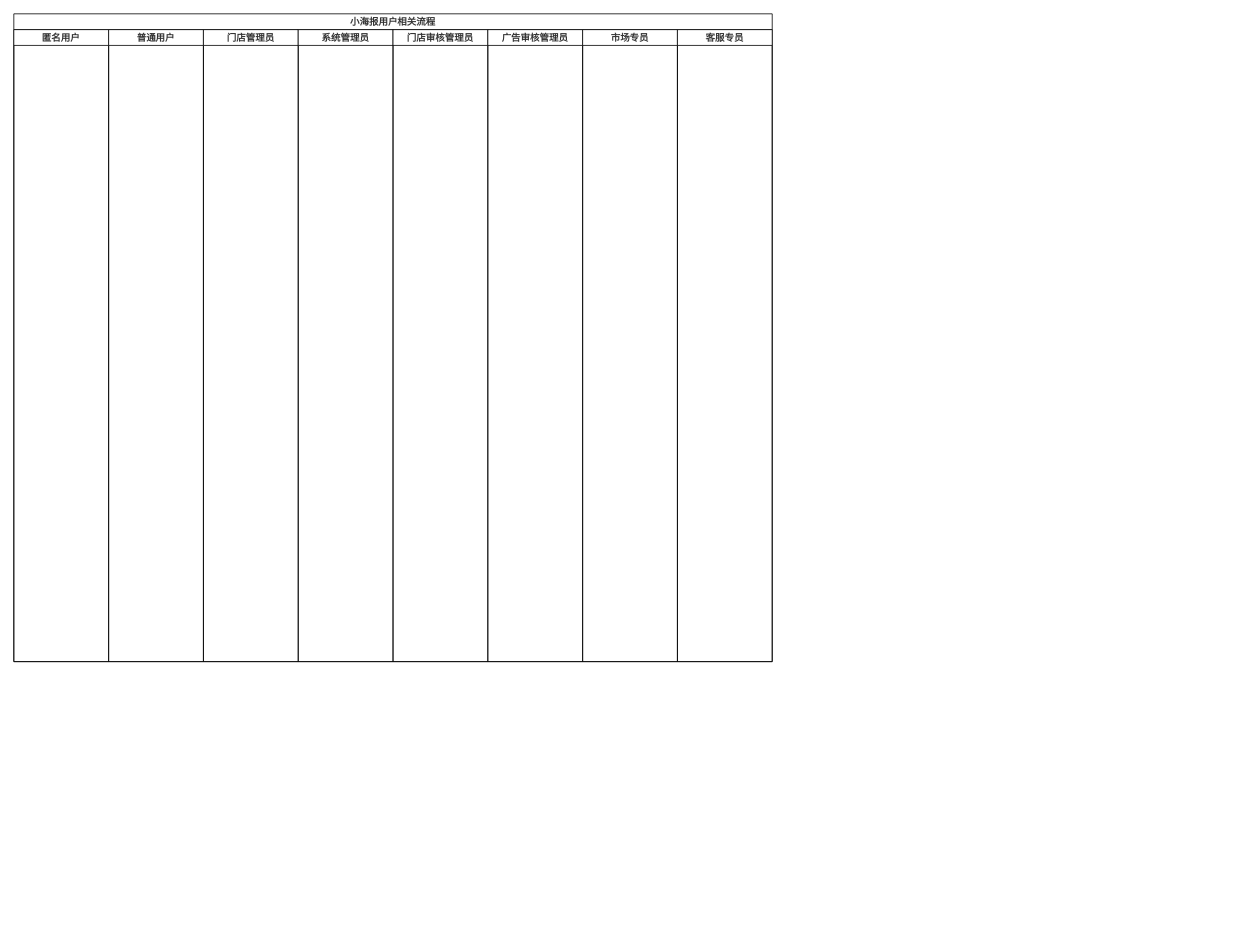
Before: src/assets/workflow/xhb-user.drawio in biaogebusy/web-builder, a draw.io diagram. Source tidied: cells renumbered, new cells numbered last; positions are measured from the earlier drawing's top-left corner, leaving out a move shared by most shapes. Both pictures are drawn from the tidied source at 79%, with x=0, y=0 at pixel (13, 13).
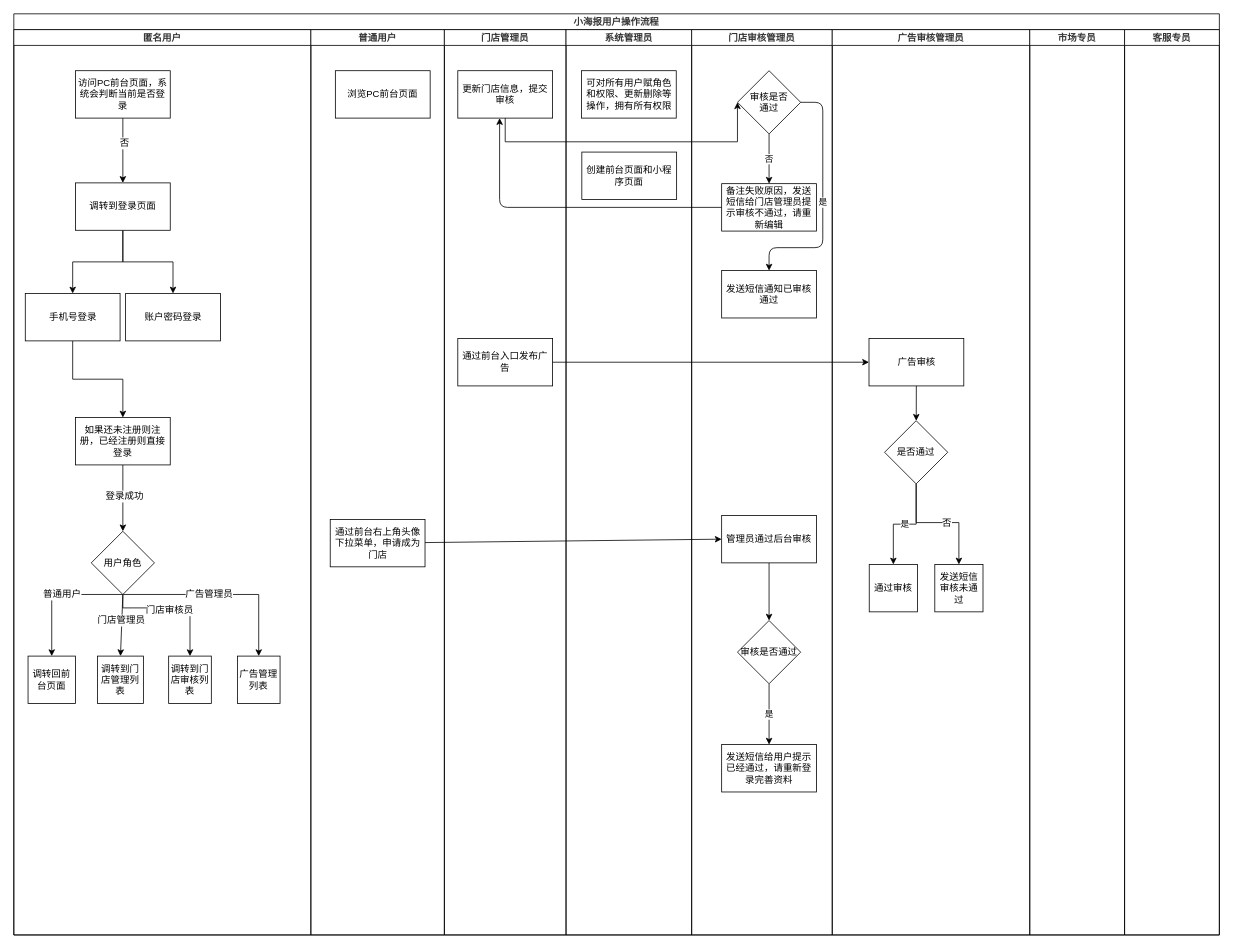
The same diagram, later.

Diff of the diagram source:
```diff
@@
-    <mxCell id="2" value="小海报用户相关流程" style="swimlane;startSize=20;fillColor=#FFFFFF;fontColor=#333333;" parent="1" vertex="1">
-      <mxGeometry width="960" height="820" as="geometry" />
+    <mxCell id="2" value="小海报用户操作流程" style="swimlane;startSize=20;fillColor=#FFFFFF;fontColor=#333333;" parent="1" vertex="1">
+      <mxGeometry width="1526" height="1166" as="geometry" />
     </mxCell>
     <mxCell id="3" value="匿名用户" style="swimlane;startSize=20;fillColor=#FFFFFF;fontColor=#333333;" parent="2" vertex="1">
-      <mxGeometry y="20" width="120" height="800" as="geometry" />
+      <mxGeometry y="20" width="376" height="1146" as="geometry" />
     </mxCell>
+    <mxCell id="11" style="edgeStyle=orthogonalEdgeStyle;rounded=0;jettySize=auto;html=1;" parent="3" edge="1" source="13" target="16">
+      <mxGeometry relative="1" as="geometry" />
+    </mxCell>
+    <mxCell id="12" value="否" style="text;html=1;align=center;verticalAlign=middle;labelBackgroundColor=#ffffff;" parent="11" vertex="1">
+      <mxGeometry x="-0.24" y="1" relative="1" as="geometry" />
+    </mxCell>
+    <mxCell id="13" value="访问PC前台页面，系统会判断当前是否登录" style="rounded=0;whiteSpace=wrap;html=1;" parent="3" vertex="1">
+      <mxGeometry x="78" y="52" width="120" height="60" as="geometry" />
+    </mxCell>
+    <mxCell id="14" style="edgeStyle=orthogonalEdgeStyle;rounded=0;jettySize=auto;html=1;" parent="3" edge="1" source="16" target="23">
+      <mxGeometry relative="1" as="geometry" />
+    </mxCell>
+    <mxCell id="15" style="edgeStyle=orthogonalEdgeStyle;rounded=0;jettySize=auto;html=1;" parent="3" edge="1" source="16" target="22">
+      <mxGeometry relative="1" as="geometry" />
+    </mxCell>
+    <mxCell id="16" value="调转到登录页面" style="rounded=0;whiteSpace=wrap;html=1;" parent="3" vertex="1">
+      <mxGeometry x="78" y="194" width="120" height="60" as="geometry" />
+    </mxCell>
+    <mxCell id="17" style="edgeStyle=orthogonalEdgeStyle;rounded=0;jettySize=auto;html=1;entryX=0.5;entryY=0;entryDx=0;entryDy=0;" parent="3" edge="1" source="23" target="20">
+      <mxGeometry relative="1" as="geometry" />
+    </mxCell>
+    <mxCell id="18" style="edgeStyle=none;rounded=0;jettySize=auto;html=1;entryX=0.5;entryY=0;entryDx=0;entryDy=0;" parent="3" edge="1" source="20" target="32">
+      <mxGeometry relative="1" as="geometry" />
+    </mxCell>
+    <mxCell id="19" value="登录成功" style="text;html=1;align=center;verticalAlign=middle;labelBackgroundColor=#ffffff;" parent="18" vertex="1">
+      <mxGeometry x="-0.07" y="1" relative="1" as="geometry" />
+    </mxCell>
+    <mxCell id="20" value="如果还未注册则注册，已经注册则直接登录" style="rounded=0;whiteSpace=wrap;html=1;" parent="3" vertex="1">
+      <mxGeometry x="78" y="491" width="120" height="60" as="geometry" />
+    </mxCell>
+    <mxCell id="21" style="group;" parent="3" vertex="1">
+      <mxGeometry x="14.5" y="334" width="247" height="60" as="geometry" />
+    </mxCell>
+    <mxCell id="22" value="账户密码登录" style="rounded=0;whiteSpace=wrap;html=1;" parent="21" vertex="1">
+      <mxGeometry x="127" width="120" height="60" as="geometry" />
+    </mxCell>
+    <mxCell id="23" value="手机号登录" style="rounded=0;whiteSpace=wrap;html=1;" parent="21" vertex="1">
+      <mxGeometry width="120" height="60" as="geometry" />
+    </mxCell>
+    <mxCell id="24" style="edgeStyle=orthogonalEdgeStyle;rounded=0;jettySize=auto;html=1;entryX=0.5;entryY=0;entryDx=0;entryDy=0;exitX=0.5;exitY=1;exitDx=0;exitDy=0;" parent="3" edge="1" source="32" target="33">
+      <mxGeometry relative="1" as="geometry">
+        <Array as="points">
+          <mxPoint x="48" y="715" />
+        </Array>
+      </mxGeometry>
+    </mxCell>
+    <mxCell id="25" value="普通用户" style="text;html=1;align=center;verticalAlign=middle;labelBackgroundColor=#ffffff;" parent="24" vertex="1">
+      <mxGeometry x="-0.07" y="-1" relative="1" as="geometry" />
+    </mxCell>
+    <mxCell id="26" style="edgeStyle=none;rounded=0;jettySize=auto;html=1;entryX=0.5;entryY=0;entryDx=0;entryDy=0;exitX=0.5;exitY=1;exitDx=0;exitDy=0;" parent="3" edge="1" source="32" target="34">
+      <mxGeometry relative="1" as="geometry" />
+    </mxCell>
+    <mxCell id="27" value="门店管理员" style="text;html=1;align=center;verticalAlign=middle;labelBackgroundColor=#ffffff;" parent="26" vertex="1">
+      <mxGeometry x="-0.16" y="-1" relative="1" as="geometry" />
+    </mxCell>
+    <mxCell id="28" style="edgeStyle=orthogonalEdgeStyle;rounded=0;jettySize=auto;html=1;entryX=0.5;entryY=0;entryDx=0;entryDy=0;exitX=0.5;exitY=1;exitDx=0;exitDy=0;" parent="3" edge="1" source="32" target="35">
+      <mxGeometry relative="1" as="geometry">
+        <Array as="points">
+          <mxPoint x="138" y="732" />
+          <mxPoint x="223" y="732" />
+        </Array>
+      </mxGeometry>
+    </mxCell>
+    <mxCell id="29" value="门店审核员" style="text;html=1;align=center;verticalAlign=middle;labelBackgroundColor=#ffffff;" parent="28" vertex="1">
+      <mxGeometry x="-0.08" y="-2" relative="1" as="geometry" />
+    </mxCell>
+    <mxCell id="30" style="edgeStyle=orthogonalEdgeStyle;rounded=0;jettySize=auto;html=1;entryX=0.5;entryY=0;entryDx=0;entryDy=0;exitX=0.5;exitY=1;exitDx=0;exitDy=0;" parent="3" edge="1" source="32" target="36">
+      <mxGeometry relative="1" as="geometry">
+        <Array as="points">
+          <mxPoint x="310" y="715" />
+        </Array>
+      </mxGeometry>
+    </mxCell>
+    <mxCell id="31" value="广告管理员" style="text;html=1;align=center;verticalAlign=middle;labelBackgroundColor=#ffffff;" parent="30" vertex="1">
+      <mxGeometry x="-0.14" y="1" relative="1" as="geometry" />
+    </mxCell>
+    <mxCell id="32" value="用户角色" style="rhombus;whiteSpace=wrap;html=1;" parent="3" vertex="1">
+      <mxGeometry x="98" y="635" width="80" height="80" as="geometry" />
+    </mxCell>
+    <mxCell id="33" value="调转回前台页面" style="rounded=0;whiteSpace=wrap;html=1;" parent="3" vertex="1">
+      <mxGeometry x="18" y="793" width="60" height="60" as="geometry" />
+    </mxCell>
+    <mxCell id="34" value="调转到门店管理列表" style="rounded=0;whiteSpace=wrap;html=1;" parent="3" vertex="1">
+      <mxGeometry x="106" y="793" width="58" height="60" as="geometry" />
+    </mxCell>
+    <mxCell id="35" value="调转到门店审核列表" style="rounded=0;whiteSpace=wrap;html=1;" parent="3" vertex="1">
+      <mxGeometry x="196" y="793" width="54" height="60" as="geometry" />
+    </mxCell>
+    <mxCell id="36" value="广告管理列表" style="rounded=0;whiteSpace=wrap;html=1;" parent="3" vertex="1">
+      <mxGeometry x="283" y="793" width="54" height="60" as="geometry" />
+    </mxCell>
     <mxCell id="4" value="普通用户" style="swimlane;startSize=20;fillColor=#FFFFFF;fontColor=#333333;" parent="2" vertex="1">
-      <mxGeometry x="120" y="20" width="120" height="800" as="geometry" />
+      <mxGeometry x="376" y="20" width="169" height="1146" as="geometry" />
     </mxCell>
+    <mxCell id="37" value="通过前台右上角头像下拉菜单，申请成为门店" style="rounded=0;whiteSpace=wrap;html=1;" parent="4" vertex="1">
+      <mxGeometry x="24.5" y="620" width="120" height="60" as="geometry" />
+    </mxCell>
+    <mxCell id="38" value="浏览PC前台页面" style="rounded=0;whiteSpace=wrap;html=1;" parent="4" vertex="1">
+      <mxGeometry x="31" y="52" width="120" height="60" as="geometry" />
+    </mxCell>
     <mxCell id="5" value="门店管理员" style="swimlane;startSize=20;fillColor=#FFFFFF;fontColor=#333333;" parent="2" vertex="1">
-      <mxGeometry x="240" y="20" width="120" height="800" as="geometry" />
+      <mxGeometry x="545" y="20" width="154" height="1146" as="geometry" />
     </mxCell>
+    <mxCell id="39" value="更新门店信息，提交审核" style="rounded=0;whiteSpace=wrap;html=1;" parent="5" vertex="1">
+      <mxGeometry x="17" y="52" width="120" height="60" as="geometry" />
+    </mxCell>
+    <mxCell id="40" value="通过前台入口发布广告" style="rounded=0;whiteSpace=wrap;html=1;" parent="5" vertex="1">
+      <mxGeometry x="17" y="391" width="120" height="60" as="geometry" />
+    </mxCell>
     <mxCell id="6" value="系统管理员" style="swimlane;startSize=20;fillColor=#FFFFFF;fontColor=#333333;" parent="2" vertex="1">
-      <mxGeometry x="360" y="20" width="120" height="800" as="geometry" />
+      <mxGeometry x="699" y="20" width="159" height="1146" as="geometry" />
     </mxCell>
+    <mxCell id="41" value="可对所有用户赋角色和权限、更新删除等操作，拥有所有权限" style="rounded=0;whiteSpace=wrap;html=1;" parent="6" vertex="1">
+      <mxGeometry x="19.5" y="52" width="120" height="60" as="geometry" />
+    </mxCell>
+    <mxCell id="42" value="创建前台页面和小程序页面" style="rounded=0;whiteSpace=wrap;html=1;" parent="6" vertex="1">
+      <mxGeometry x="20" y="155" width="120" height="60" as="geometry" />
+    </mxCell>
     <mxCell id="7" value="门店审核管理员" style="swimlane;startSize=20;fillColor=#FFFFFF;fontColor=#333333;" parent="2" vertex="1">
-      <mxGeometry x="480" y="20" width="120" height="800" as="geometry" />
+      <mxGeometry x="858" y="20" width="178" height="1146" as="geometry" />
     </mxCell>
+    <mxCell id="43" style="edgeStyle=none;rounded=0;jettySize=auto;html=1;" parent="7" edge="1" source="44" target="46">
+      <mxGeometry relative="1" as="geometry" />
+    </mxCell>
+    <mxCell id="44" value="管理员通过后台审核" style="rounded=0;whiteSpace=wrap;html=1;" parent="7" vertex="1">
+      <mxGeometry x="38" y="615" width="120" height="60" as="geometry" />
+    </mxCell>
+    <mxCell id="45" value="是" style="edgeStyle=none;rounded=0;jettySize=auto;html=1;" parent="7" edge="1" source="46" target="47">
+      <mxGeometry relative="1" as="geometry" />
+    </mxCell>
+    <mxCell id="46" value="审核是否通过" style="rhombus;whiteSpace=wrap;html=1;" parent="7" vertex="1">
+      <mxGeometry x="58" y="748" width="80" height="80" as="geometry" />
+    </mxCell>
+    <mxCell id="47" value="发送短信给用户提示已经通过，请重新登录完善资料" style="rounded=0;whiteSpace=wrap;html=1;" parent="7" vertex="1">
+      <mxGeometry x="38" y="905" width="120" height="60" as="geometry" />
+    </mxCell>
+    <mxCell id="48" value="否" style="edgeStyle=none;rounded=0;jettySize=auto;html=1;" parent="7" edge="1" source="49" target="50">
+      <mxGeometry relative="1" as="geometry" />
+    </mxCell>
+    <mxCell id="49" value="审核是否&lt;br&gt;通过" style="rhombus;whiteSpace=wrap;html=1;" parent="7" vertex="1">
+      <mxGeometry x="58" y="52" width="80" height="80" as="geometry" />
+    </mxCell>
+    <mxCell id="50" value="备注失败原因，发送短信给门店管理员提示审核不通过，请重新编辑" style="rounded=0;whiteSpace=wrap;html=1;" parent="7" vertex="1">
+      <mxGeometry x="38" y="195" width="120" height="60" as="geometry" />
+    </mxCell>
+    <mxCell id="51" value="发送短信通知已审核通过" style="rounded=0;whiteSpace=wrap;html=1;" parent="7" vertex="1">
+      <mxGeometry x="38" y="305" width="120" height="60" as="geometry" />
+    </mxCell>
+    <mxCell id="52" value="是" style="endArrow=classic;html=1;entryX=0.5;entryY=0;entryDx=0;entryDy=0;exitX=1;exitY=0.5;exitDx=0;exitDy=0;edgeStyle=orthogonalEdgeStyle;" parent="7" edge="1" source="49" target="51">
+      <mxGeometry relative="1" as="geometry">
+        <Array as="points">
+          <mxPoint x="166" y="92" />
+          <mxPoint x="166" y="276" />
+          <mxPoint x="98" y="276" />
+        </Array>
+      </mxGeometry>
+    </mxCell>
     <mxCell id="8" value="广告审核管理员" style="swimlane;startSize=20;fillColor=#FFFFFF;fontColor=#333333;" parent="2" vertex="1">
-      <mxGeometry x="600" y="20" width="120" height="800" as="geometry" />
+      <mxGeometry x="1036" y="20" width="250" height="1146" as="geometry" />
     </mxCell>
+    <mxCell id="53" style="rounded=0;jettySize=auto;html=1;" parent="8" edge="1" source="54" target="58">
+      <mxGeometry relative="1" as="geometry" />
+    </mxCell>
+    <mxCell id="54" value="广告审核" style="rounded=0;whiteSpace=wrap;html=1;" parent="8" vertex="1">
+      <mxGeometry x="46.5" y="391" width="120" height="60" as="geometry" />
+    </mxCell>
+    <mxCell id="55" value="是" style="edgeStyle=orthogonalEdgeStyle;rounded=0;jettySize=auto;html=1;" parent="8" edge="1" source="58" target="59">
+      <mxGeometry relative="1" as="geometry" />
+    </mxCell>
+    <mxCell id="56" style="edgeStyle=orthogonalEdgeStyle;rounded=0;jettySize=auto;html=1;entryX=0.5;entryY=0;entryDx=0;entryDy=0;exitX=0.5;exitY=1;exitDx=0;exitDy=0;" parent="8" edge="1" source="58" target="60">
+      <mxGeometry relative="1" as="geometry">
+        <Array as="points">
+          <mxPoint x="106" y="624" />
+          <mxPoint x="160" y="624" />
+        </Array>
+      </mxGeometry>
+    </mxCell>
+    <mxCell id="57" value="否" style="text;html=1;align=center;verticalAlign=middle;labelBackgroundColor=#ffffff;" parent="56" vertex="1">
+      <mxGeometry x="0.12" relative="1" as="geometry" />
+    </mxCell>
+    <mxCell id="58" value="是否通过" style="rhombus;whiteSpace=wrap;html=1;flipV=1;" parent="8" vertex="1">
+      <mxGeometry x="66.2" y="495" width="80" height="80" as="geometry" />
+    </mxCell>
+    <mxCell id="59" value="通过审核" style="rounded=0;whiteSpace=wrap;html=1;flipV=1;" parent="8" vertex="1">
+      <mxGeometry x="46.8" y="677" width="61" height="60" as="geometry" />
+    </mxCell>
+    <mxCell id="60" value="发送短信审核未通过" style="rounded=0;whiteSpace=wrap;html=1;flipV=1;" parent="8" vertex="1">
+      <mxGeometry x="129.8" y="677" width="61" height="60" as="geometry" />
+    </mxCell>
     <mxCell id="9" value="市场专员" style="swimlane;startSize=20;fillColor=#FFFFFF;fontColor=#333333;" parent="2" vertex="1">
-      <mxGeometry x="720" y="20" width="120" height="800" as="geometry" />
+      <mxGeometry x="1286" y="20" width="120" height="1146" as="geometry" />
     </mxCell>
     <mxCell id="10" value="客服专员" style="swimlane;startSize=20;fillColor=#FFFFFF;fontColor=#333333;" parent="2" vertex="1">
-      <mxGeometry x="840" y="20" width="120" height="800" as="geometry" />
+      <mxGeometry x="1406" y="20" width="120" height="1146" as="geometry" />
     </mxCell>
+    <mxCell id="61" style="edgeStyle=none;rounded=0;jettySize=auto;html=1;entryX=0;entryY=0.5;entryDx=0;entryDy=0;" parent="2" edge="1" source="37" target="44">
+      <mxGeometry relative="1" as="geometry" />
+    </mxCell>
+    <mxCell id="62" style="edgeStyle=orthogonalEdgeStyle;rounded=0;jettySize=auto;html=1;entryX=0;entryY=0.5;entryDx=0;entryDy=0;" parent="2" edge="1" source="39" target="49">
+      <mxGeometry relative="1" as="geometry">
+        <Array as="points">
+          <mxPoint x="622" y="162" />
+          <mxPoint x="916" y="162" />
+        </Array>
+      </mxGeometry>
+    </mxCell>
+    <mxCell id="63" style="endArrow=classic;html=1;exitX=0;exitY=0.5;exitDx=0;exitDy=0;entryX=0.441;entryY=1;entryDx=0;entryDy=0;entryPerimeter=0;edgeStyle=orthogonalEdgeStyle;" parent="2" edge="1" source="50" target="39">
+      <mxGeometry relative="1" as="geometry" />
+    </mxCell>
+    <mxCell id="64" style="endArrow=classic;html=1;exitX=1;exitY=0.5;exitDx=0;exitDy=0;entryX=0;entryY=0.5;entryDx=0;entryDy=0;" parent="2" edge="1" source="40" target="54">
+      <mxGeometry relative="1" as="geometry" />
+    </mxCell>
```
